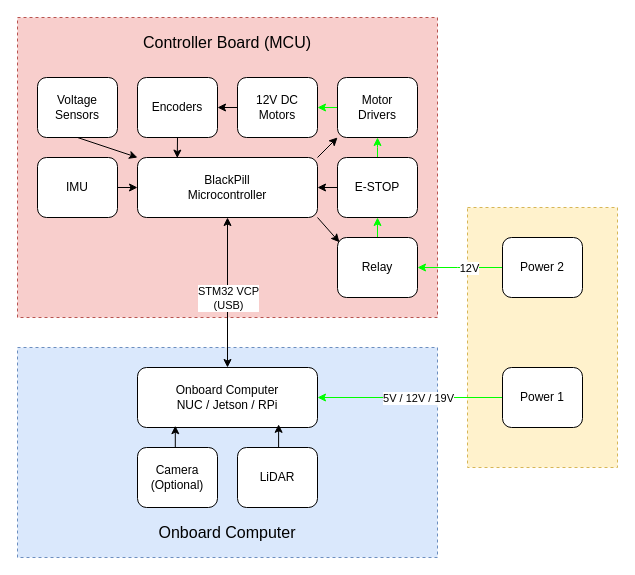
The draw.io diagram content/lgdxrobot2/getting-started/img/system/system.drawio in yukaitung/lgdxrobot-docs, before the edit. Source tidied: cells renumbered, new cells numbered last; positions are measured from the earlier drawing's top-left corner, leaving out a move shared by most shapes. Both pictures are drawn from the tidied source at 100%, with x=0, y=0 at pixel (17, 17).
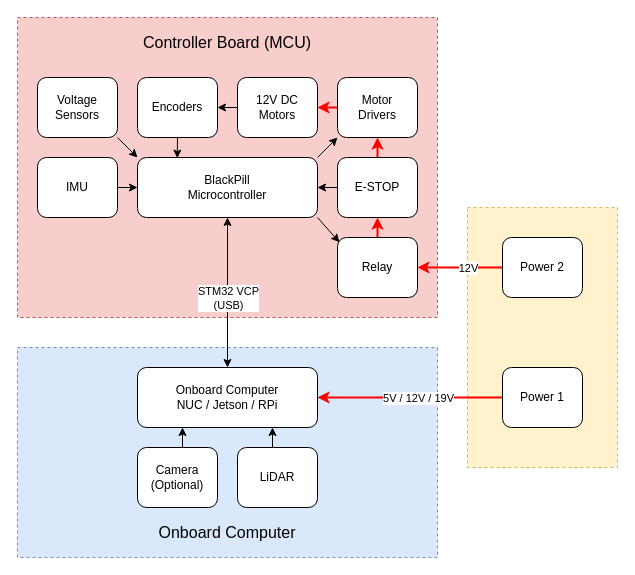
The same diagram, later.

Unchanged cells that the change refers to:
```xml
<mxCell id="7" value="&lt;font face=&quot;Rubik&quot;&gt;BlackPill&lt;/font&gt;&lt;div&gt;&lt;font face=&quot;Rubik&quot;&gt;Microcontroller&lt;/font&gt;&lt;/div&gt;" style="rounded=1;whiteSpace=wrap;html=1;" parent="1" vertex="1">
  <mxGeometry x="120" y="140" width="180" height="60" as="geometry" />
</mxCell>
<mxCell id="9" value="&lt;div&gt;&lt;font face=&quot;Rubik&quot;&gt;Voltage&lt;/font&gt;&lt;/div&gt;&lt;div&gt;&lt;font face=&quot;Rubik&quot;&gt;Sensors&lt;/font&gt;&lt;/div&gt;" style="rounded=1;whiteSpace=wrap;html=1;" parent="1" vertex="1">
  <mxGeometry x="20" y="60" width="80" height="60" as="geometry" />
</mxCell>
<mxCell id="11" value="Motor&lt;div&gt;Drivers&lt;/div&gt;" style="rounded=1;whiteSpace=wrap;html=1;" parent="1" vertex="1">
  <mxGeometry x="320" y="60" width="80" height="60" as="geometry" />
</mxCell>
<mxCell id="14" value="12V DC Motors" style="rounded=1;whiteSpace=wrap;html=1;" parent="1" vertex="1">
  <mxGeometry x="220" y="60" width="80" height="60" as="geometry" />
</mxCell>
<mxCell id="19" value="Relay" style="rounded=1;whiteSpace=wrap;html=1;" parent="1" vertex="1">
  <mxGeometry x="320" y="220" width="80" height="60" as="geometry" />
</mxCell>
<mxCell id="22" value="E-STOP" style="rounded=1;whiteSpace=wrap;html=1;" parent="1" vertex="1">
  <mxGeometry x="320" y="140" width="80" height="60" as="geometry" />
</mxCell>
<mxCell id="23" value="Camera&lt;div&gt;(Optional)&lt;/div&gt;" style="rounded=1;whiteSpace=wrap;html=1;" parent="1" vertex="1">
  <mxGeometry x="120" y="430" width="80" height="60" as="geometry" />
</mxCell>
<mxCell id="24" value="LiDAR" style="rounded=1;whiteSpace=wrap;html=1;" parent="1" vertex="1">
  <mxGeometry x="220" y="430" width="80" height="60" as="geometry" />
</mxCell>
<mxCell id="25" value="&lt;font face=&quot;Rubik&quot;&gt;Onboard Computer&lt;/font&gt;&lt;div&gt;&lt;font face=&quot;Rubik&quot;&gt;NUC / Jetson / RPi&lt;/font&gt;&lt;/div&gt;" style="rounded=1;whiteSpace=wrap;html=1;" parent="1" vertex="1">
  <mxGeometry x="120" y="350" width="180" height="60" as="geometry" />
</mxCell>
<mxCell id="31" value="Power 1" style="rounded=1;whiteSpace=wrap;html=1;" parent="1" vertex="1">
  <mxGeometry x="485" y="350" width="80" height="60" as="geometry" />
</mxCell>
<mxCell id="34" value="Power 2" style="rounded=1;whiteSpace=wrap;html=1;" parent="1" vertex="1">
  <mxGeometry x="485" y="220" width="80" height="60" as="geometry" />
</mxCell>
```

Diff of the diagram source:
```diff
@@
-    <mxCell id="8" style="rounded=0;jettySize=auto;html=1;exitX=0.5;exitY=1;exitDx=0;exitDy=0;entryX=0;entryY=0;entryDx=0;entryDy=0;" parent="1" edge="1" source="9" target="7">
+    <mxCell id="8" style="rounded=0;jettySize=auto;html=1;exitX=1;exitY=1;exitDx=0;exitDy=0;entryX=0;entryY=0;entryDx=0;entryDy=0;" parent="1" edge="1" source="9" target="7">
       <mxGeometry relative="1" as="geometry" />
     </mxCell>
@@
-    <mxCell id="10" style="edgeStyle=orthogonalEdgeStyle;rounded=0;jettySize=auto;html=1;exitX=0;exitY=0.5;exitDx=0;exitDy=0;entryX=1;entryY=0.5;entryDx=0;entryDy=0;strokeColor=#00FF00;" parent="1" edge="1" source="11" target="14">
+    <mxCell id="10" style="edgeStyle=orthogonalEdgeStyle;rounded=0;jettySize=auto;html=1;exitX=0;exitY=0.5;exitDx=0;exitDy=0;entryX=1;entryY=0.5;entryDx=0;entryDy=0;strokeColor=#FF0000;strokeWidth=2;" parent="1" edge="1" source="11" target="14">
       <mxGeometry relative="1" as="geometry" />
     </mxCell>
@@
-    <mxCell id="18" style="edgeStyle=orthogonalEdgeStyle;rounded=0;jettySize=auto;html=1;exitX=0.5;exitY=0;exitDx=0;exitDy=0;entryX=0.5;entryY=1;entryDx=0;entryDy=0;strokeColor=#00FF00;" parent="1" edge="1" source="19" target="22">
+    <mxCell id="18" style="edgeStyle=orthogonalEdgeStyle;rounded=0;jettySize=auto;html=1;exitX=0.5;exitY=0;exitDx=0;exitDy=0;entryX=0.5;entryY=1;entryDx=0;entryDy=0;strokeColor=#FF0000;strokeWidth=2;" parent="1" edge="1" source="19" target="22">
       <mxGeometry relative="1" as="geometry" />
     </mxCell>
@@
-    <mxCell id="21" style="edgeStyle=orthogonalEdgeStyle;rounded=0;jettySize=auto;html=1;exitX=0.5;exitY=0;exitDx=0;exitDy=0;strokeColor=#00FF00;" parent="1" edge="1" source="22" target="11">
+    <mxCell id="21" style="edgeStyle=orthogonalEdgeStyle;rounded=0;jettySize=auto;html=1;exitX=0.5;exitY=0;exitDx=0;exitDy=0;strokeColor=#FF0000;strokeWidth=2;" parent="1" edge="1" source="22" target="11">
       <mxGeometry relative="1" as="geometry">
         <Array as="points">
           <mxPoint x="360" y="130" />
           <mxPoint x="360" y="130" />
         </Array>
       </mxGeometry>
     </mxCell>
@@
+    <mxCell id="36" style="edgeStyle=orthogonalEdgeStyle;rounded=0;jettySize=auto;html=1;exitX=0.5;exitY=0;exitDx=0;exitDy=0;entryX=0.25;entryY=1;entryDx=0;entryDy=0;" parent="1" edge="1" source="23" target="25">
+      <mxGeometry relative="1" as="geometry" />
+    </mxCell>
@@
+    <mxCell id="37" style="edgeStyle=orthogonalEdgeStyle;rounded=0;jettySize=auto;html=1;exitX=0.5;exitY=0;exitDx=0;exitDy=0;entryX=0.75;entryY=1;entryDx=0;entryDy=0;" parent="1" edge="1" source="24" target="25">
+      <mxGeometry relative="1" as="geometry" />
+    </mxCell>
@@
-    <mxCell id="29" style="edgeStyle=orthogonalEdgeStyle;rounded=0;jettySize=auto;html=1;exitX=0;exitY=0.5;exitDx=0;exitDy=0;strokeColor=#00FF00;" parent="1" edge="1" source="31" target="25">
+    <mxCell id="29" style="edgeStyle=orthogonalEdgeStyle;rounded=0;jettySize=auto;html=1;exitX=0;exitY=0.5;exitDx=0;exitDy=0;strokeColor=#FF0000;strokeWidth=2;" parent="1" edge="1" source="31" target="25">
       <mxGeometry relative="1" as="geometry" />
     </mxCell>
@@
-    <mxCell id="32" style="edgeStyle=orthogonalEdgeStyle;rounded=0;jettySize=auto;html=1;exitX=0;exitY=0.5;exitDx=0;exitDy=0;entryX=1;entryY=0.5;entryDx=0;entryDy=0;strokeColor=#00FF00;" parent="1" edge="1" source="34" target="19">
+    <mxCell id="32" style="edgeStyle=orthogonalEdgeStyle;rounded=0;jettySize=auto;html=1;exitX=0;exitY=0.5;exitDx=0;exitDy=0;entryX=1;entryY=0.5;entryDx=0;entryDy=0;strokeColor=#FF0000;strokeWidth=2;" parent="1" edge="1" source="34" target="19">
       <mxGeometry relative="1" as="geometry">
         <Array as="points">
           <mxPoint x="440" y="250" />
           <mxPoint x="440" y="250" />
         </Array>
       </mxGeometry>
     </mxCell>
     <mxCell id="33" value="&lt;font face=&quot;Rubik&quot;&gt;12V&lt;/font&gt;" style="edgeLabel;html=1;align=center;verticalAlign=middle;" parent="32" vertex="1">
       <mxGeometry x="0.06" relative="1" as="geometry">
-        <mxPoint x="11" as="offset" />
+        <mxPoint x="10" as="offset" />
       </mxGeometry>
     </mxCell>
@@
-    <mxCell id="36" style="edgeStyle=orthogonalEdgeStyle;rounded=0;jettySize=auto;html=1;exitX=0.5;exitY=0;exitDx=0;exitDy=0;entryX=0.21;entryY=0.97;entryDx=0;entryDy=0;entryPerimeter=0;" parent="1" edge="1" source="23" target="25">
-      <mxGeometry relative="1" as="geometry" />
-    </mxCell>
-    <mxCell id="37" style="edgeStyle=orthogonalEdgeStyle;rounded=0;jettySize=auto;html=1;exitX=0.5;exitY=0;exitDx=0;exitDy=0;entryX=0.784;entryY=0.947;entryDx=0;entryDy=0;entryPerimeter=0;" parent="1" edge="1" source="24" target="25">
-      <mxGeometry relative="1" as="geometry" />
-    </mxCell>
```
